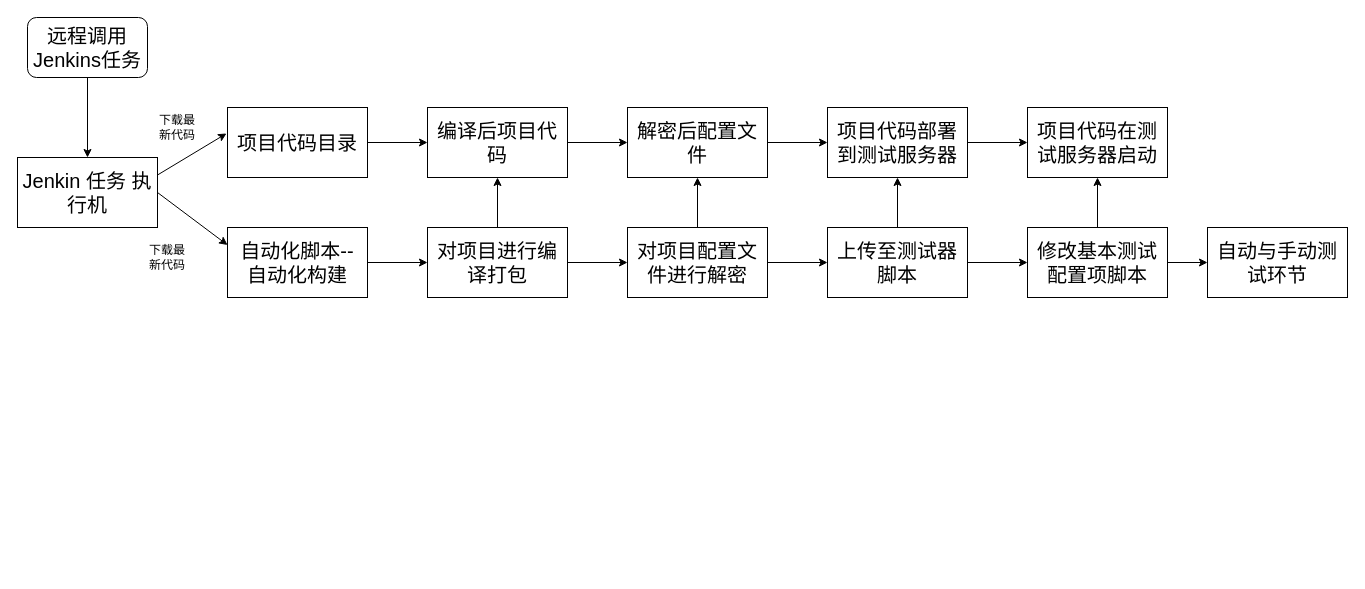
Chenguoqing2008/drawio keeps this draw.io diagram as platform_decrypt_diagram.drawio. Above is the earlier version. Source tidied: cells renumbered, new cells numbered last; positions are measured from the earlier drawing's top-left corner, leaving out a move shared by most shapes. Both pictures are drawn from the tidied source at 100%, with x=0, y=0 at pixel (17, 17).
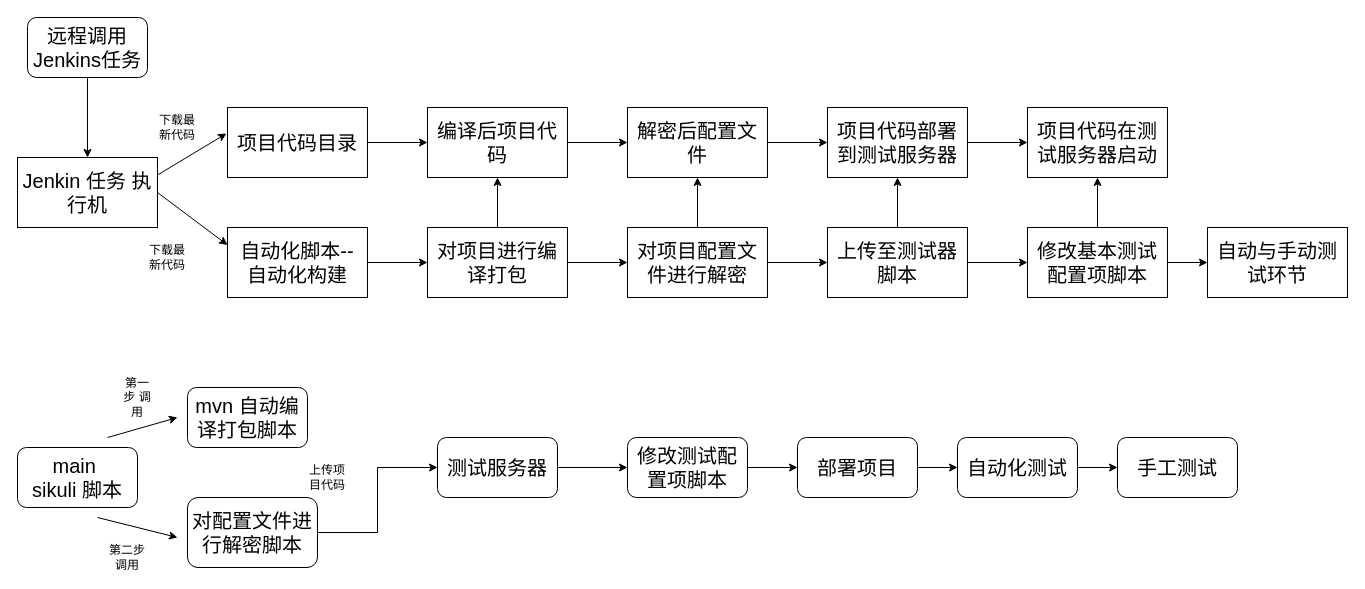
The same diagram, later.

Change to the diagram source:
```diff
@@
+    <mxCell id="33" value="&lt;font style=&quot;font-size: 20px&quot;&gt;main&amp;nbsp; sikuli&amp;nbsp;脚本&lt;/font&gt;" style="rounded=1;whiteSpace=wrap;html=1;" parent="1" vertex="1">
+      <mxGeometry y="430" width="120" height="60" as="geometry" />
+    </mxCell>
+    <mxCell id="34" value="&lt;span style=&quot;font-size: 20px&quot;&gt;mvn&amp;nbsp;自动编译打包脚本&lt;/span&gt;" style="rounded=1;whiteSpace=wrap;html=1;" parent="1" vertex="1">
+      <mxGeometry x="170" y="370" width="120" height="60" as="geometry" />
+    </mxCell>
+    <mxCell id="35" style="edgeStyle=orthogonalEdgeStyle;rounded=0;jettySize=auto;html=1;exitX=1;exitY=0.5;exitDx=0;exitDy=0;" parent="1" edge="1" source="36" target="42">
+      <mxGeometry relative="1" as="geometry" />
+    </mxCell>
+    <mxCell id="36" value="&lt;span style=&quot;font-size: 20px&quot;&gt;对配置文件进行解密脚本&lt;/span&gt;" style="rounded=1;whiteSpace=wrap;html=1;" parent="1" vertex="1">
+      <mxGeometry x="170" y="480" width="130" height="70" as="geometry" />
+    </mxCell>
+    <mxCell id="37" style="endArrow=classic;html=1;" parent="1" edge="1">
+      <mxGeometry relative="1" as="geometry">
+        <mxPoint x="90" y="420" as="sourcePoint" />
+        <mxPoint x="160" y="400" as="targetPoint" />
+      </mxGeometry>
+    </mxCell>
+    <mxCell id="38" value="第一步&amp;nbsp;调用" style="text;html=1;strokeColor=none;fillColor=none;align=center;verticalAlign=middle;whiteSpace=wrap;rounded=0;" parent="1" vertex="1">
+      <mxGeometry x="100" y="370" width="40" height="20" as="geometry" />
+    </mxCell>
+    <mxCell id="39" style="endArrow=classic;html=1;" parent="1" edge="1">
+      <mxGeometry relative="1" as="geometry">
+        <mxPoint x="80" y="500" as="sourcePoint" />
+        <mxPoint x="160" y="520" as="targetPoint" />
+      </mxGeometry>
+    </mxCell>
+    <mxCell id="40" value="第二步&lt;br&gt;调用" style="text;html=1;strokeColor=none;fillColor=none;align=center;verticalAlign=middle;whiteSpace=wrap;rounded=0;" parent="1" vertex="1">
+      <mxGeometry x="90" y="530" width="40" height="20" as="geometry" />
+    </mxCell>
+    <mxCell id="41" style="edgeStyle=orthogonalEdgeStyle;rounded=0;jettySize=auto;html=1;exitX=1;exitY=0.5;exitDx=0;exitDy=0;entryX=0;entryY=0.5;entryDx=0;entryDy=0;" parent="1" edge="1" source="42" target="45">
+      <mxGeometry relative="1" as="geometry" />
+    </mxCell>
+    <mxCell id="42" value="&lt;font style=&quot;font-size: 20px&quot;&gt;测试服务器&lt;/font&gt;" style="rounded=1;whiteSpace=wrap;html=1;" parent="1" vertex="1">
+      <mxGeometry x="420" y="420" width="120" height="60" as="geometry" />
+    </mxCell>
+    <mxCell id="43" value="上传项目代码" style="text;html=1;strokeColor=none;fillColor=none;align=center;verticalAlign=middle;whiteSpace=wrap;rounded=0;" parent="1" vertex="1">
+      <mxGeometry x="290" y="450" width="40" height="20" as="geometry" />
+    </mxCell>
+    <mxCell id="44" style="edgeStyle=orthogonalEdgeStyle;rounded=0;jettySize=auto;html=1;exitX=1;exitY=0.5;exitDx=0;exitDy=0;entryX=0;entryY=0.5;entryDx=0;entryDy=0;" parent="1" edge="1" source="45" target="47">
+      <mxGeometry relative="1" as="geometry" />
+    </mxCell>
+    <mxCell id="45" value="&lt;font style=&quot;font-size: 20px&quot;&gt;修改测试配置项脚本&lt;/font&gt;" style="rounded=1;whiteSpace=wrap;html=1;" parent="1" vertex="1">
+      <mxGeometry x="610" y="420" width="120" height="60" as="geometry" />
+    </mxCell>
+    <mxCell id="46" style="edgeStyle=orthogonalEdgeStyle;rounded=0;jettySize=auto;html=1;exitX=1;exitY=0.5;exitDx=0;exitDy=0;entryX=0;entryY=0.5;entryDx=0;entryDy=0;" parent="1" edge="1" source="47" target="49">
+      <mxGeometry relative="1" as="geometry" />
+    </mxCell>
+    <mxCell id="47" value="&lt;span style=&quot;font-size: 20px&quot;&gt;部署项目&lt;/span&gt;" style="rounded=1;whiteSpace=wrap;html=1;" parent="1" vertex="1">
+      <mxGeometry x="780" y="420" width="120" height="60" as="geometry" />
+    </mxCell>
+    <mxCell id="48" style="edgeStyle=orthogonalEdgeStyle;rounded=0;jettySize=auto;html=1;exitX=1;exitY=0.5;exitDx=0;exitDy=0;entryX=0;entryY=0.5;entryDx=0;entryDy=0;" parent="1" edge="1" source="49" target="50">
+      <mxGeometry relative="1" as="geometry" />
+    </mxCell>
+    <mxCell id="49" value="&lt;span style=&quot;font-size: 20px&quot;&gt;自动化测试&lt;/span&gt;" style="rounded=1;whiteSpace=wrap;html=1;" parent="1" vertex="1">
+      <mxGeometry x="940" y="420" width="120" height="60" as="geometry" />
+    </mxCell>
+    <mxCell id="50" value="&lt;span style=&quot;font-size: 20px&quot;&gt;手工测试&lt;/span&gt;" style="rounded=1;whiteSpace=wrap;html=1;" parent="1" vertex="1">
+      <mxGeometry x="1100" y="420" width="120" height="60" as="geometry" />
+    </mxCell>
```
